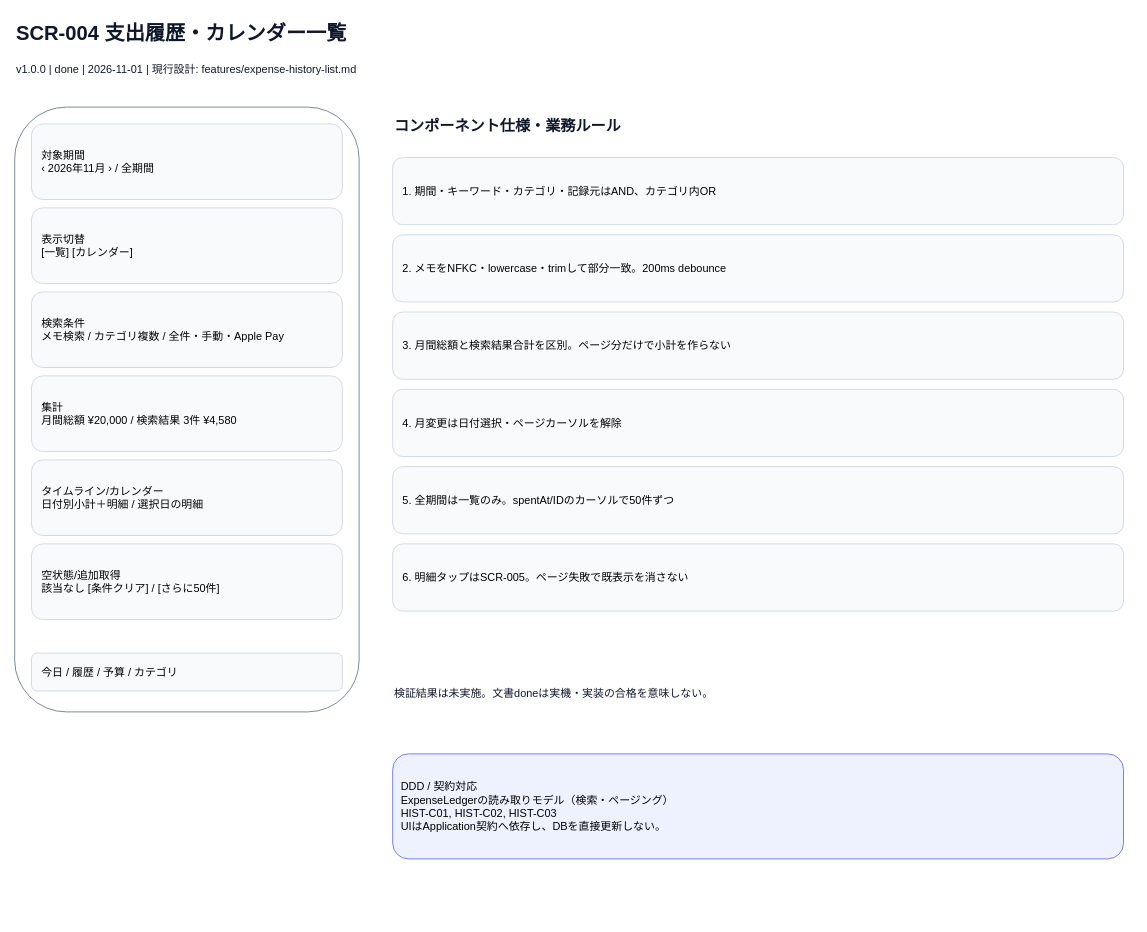
Earlier version of the draw.io diagram page "支出履歴・カレンダー一覧" (4 of 8) of docs/spec/screens.drawio (tombee-studio/self-management-app). Source tidied: cells renumbered, new cells numbered last; positions are measured from the earlier drawing's top-left corner, leaving out a move shared by most shapes. Both pictures are drawn from the tidied source at 84%, with x=0, y=0 at pixel (14, 14).
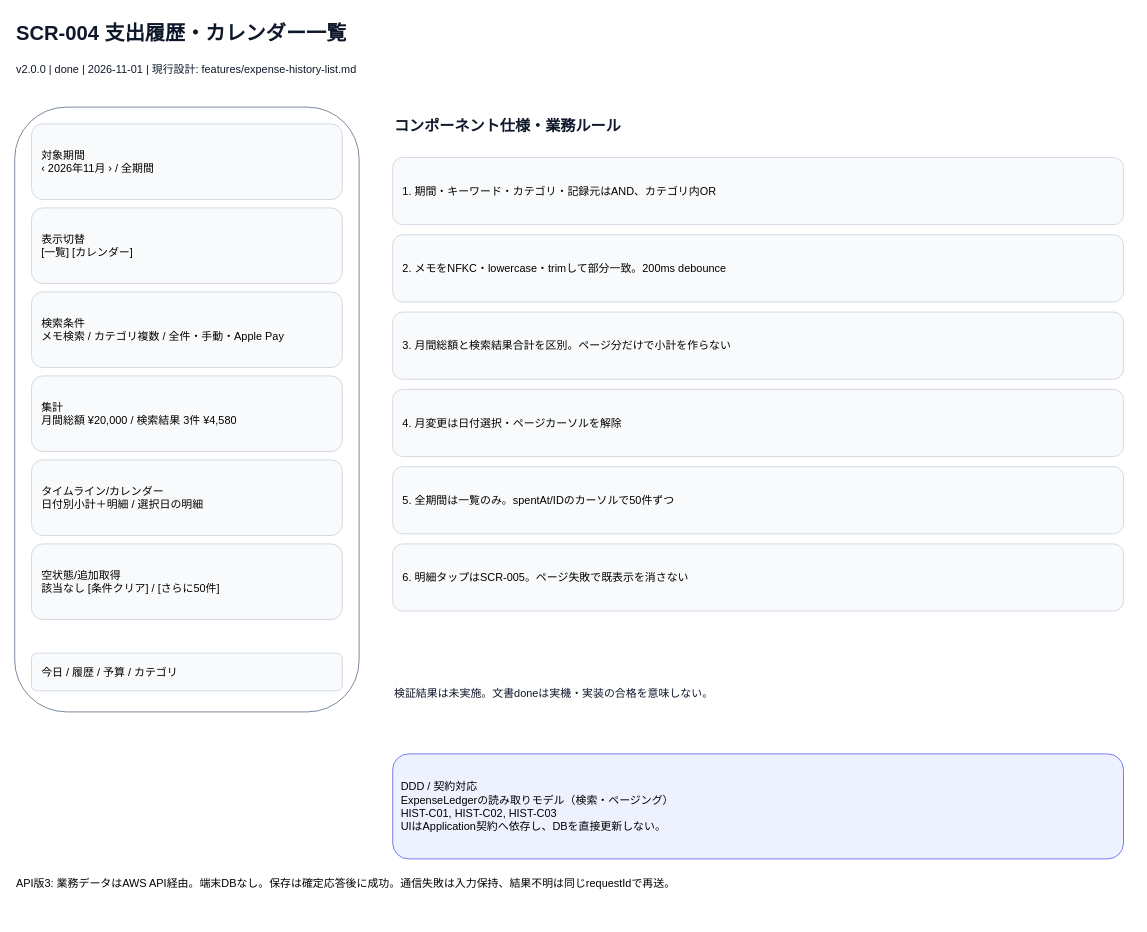
The same page after the edit.

Diff of the diagram source:
```diff
@@
-    <mxCell id="3" value="v1.0.0 | done | 2026-11-01 | 現行設計: features/expense-history-list.md" style="text;html=0;align=left;verticalAlign=middle;whiteSpace=wrap;overflow=hidden;fontSize=13;fontColor=#0F172A;" parent="1" vertex="1">
+    <mxCell id="3" value="v2.0.0 | done | 2026-11-01 | 現行設計: features/expense-history-list.md" style="text;html=0;align=left;verticalAlign=middle;whiteSpace=wrap;overflow=hidden;fontSize=13;fontColor=#0F172A;" parent="1" vertex="1">
       <mxGeometry y="50" width="1300" height="30" as="geometry" />
     </mxCell>
@@
+    <mxCell id="21" value="API版3: 業務データはAWS API経由。端末DBなし。保存は確定応答後に成功。通信失敗は入力保持、結果不明は同じrequestIdで再送。" style="text;html=0;align=left;whiteSpace=wrap;fontSize=13;" parent="1" vertex="1">
+      <mxGeometry y="1020" width="1300" height="55" as="geometry" />
+    </mxCell>
```
